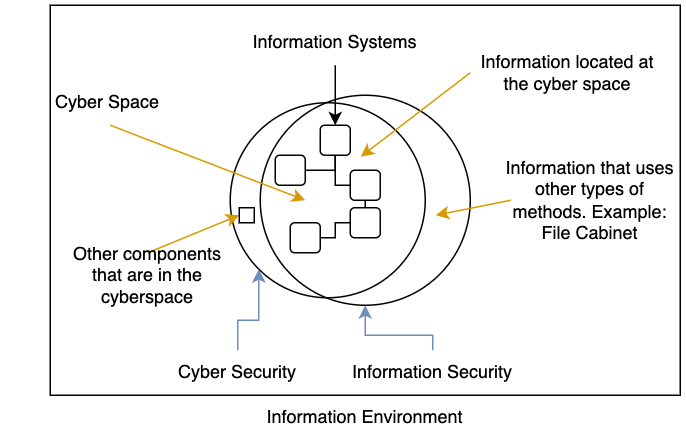
The draw.io diagram images/cyber-security-and-information-security.png in sud0x0/SUD0x0, before a commit. Source tidied: cells renumbered, new cells last; positions are measured from the earlier drawing's top-left corner, leaving out a move shared by most shapes. Its diagram source:
```xml
<mxGraphModel>
  <root>
    <mxCell id="0" />
    <mxCell id="1" parent="0" />
    <mxCell id="2" style="rounded=0;whiteSpace=wrap;html=1;fillColor=none;" parent="1" vertex="1">
      <mxGeometry x="30" width="420" height="260" as="geometry" />
    </mxCell>
    <mxCell id="3" style="ellipse;whiteSpace=wrap;html=1;fillColor=none;" parent="1" vertex="1">
      <mxGeometry x="150" y="65" width="130" height="130" as="geometry" />
    </mxCell>
    <mxCell id="4" style="ellipse;whiteSpace=wrap;html=1;fillColor=none;" parent="1" vertex="1">
      <mxGeometry x="170" y="60" width="140" height="140" as="geometry" />
    </mxCell>
    <mxCell id="5" style="edgeStyle=orthogonalEdgeStyle;rounded=0;jettySize=auto;html=1;entryX=0.5;entryY=1;entryDx=0;entryDy=0;fillColor=#dae8fc;strokeColor=#6c8ebf;" parent="1" edge="1" source="6" target="4">
      <mxGeometry relative="1" as="geometry">
        <Array as="points">
          <mxPoint x="285" y="220" />
          <mxPoint x="240" y="220" />
        </Array>
      </mxGeometry>
    </mxCell>
    <mxCell id="6" value="Information Security" style="text;html=1;strokeColor=none;fillColor=none;align=center;verticalAlign=middle;whiteSpace=wrap;rounded=0;" parent="1" vertex="1">
      <mxGeometry x="230" y="230" width="110" height="30" as="geometry" />
    </mxCell>
    <mxCell id="7" style="edgeStyle=orthogonalEdgeStyle;rounded=0;jettySize=auto;html=1;entryX=0;entryY=1;entryDx=0;entryDy=0;endArrow=classic;endFill=1;fillColor=#dae8fc;strokeColor=#6c8ebf;" parent="1" edge="1" source="8" target="3">
      <mxGeometry relative="1" as="geometry" />
    </mxCell>
    <mxCell id="8" value="Cyber Security" style="text;html=1;strokeColor=none;fillColor=none;align=center;verticalAlign=middle;whiteSpace=wrap;rounded=0;" parent="1" vertex="1">
      <mxGeometry x="100" y="230" width="110" height="30" as="geometry" />
    </mxCell>
    <mxCell id="9" style="edgeStyle=orthogonalEdgeStyle;rounded=0;jettySize=auto;html=1;entryX=0.5;entryY=0;entryDx=0;entryDy=0;" parent="1" edge="1" source="10" target="22">
      <mxGeometry relative="1" as="geometry" />
    </mxCell>
    <mxCell id="10" value="Information Systems" style="text;html=1;strokeColor=none;fillColor=none;align=center;verticalAlign=middle;whiteSpace=wrap;rounded=0;" parent="1" vertex="1">
      <mxGeometry x="140" y="10" width="160" height="30" as="geometry" />
    </mxCell>
    <mxCell id="11" value="Information that uses other types of methods. Example: File Cabinet" style="text;html=1;strokeColor=none;fillColor=none;align=center;verticalAlign=middle;whiteSpace=wrap;rounded=0;" parent="1" vertex="1">
      <mxGeometry x="330" y="115" width="120" height="30" as="geometry" />
    </mxCell>
    <mxCell id="12" style="endArrow=classic;html=1;rounded=0;exitX=0;exitY=0.5;exitDx=0;exitDy=0;fillColor=#ffe6cc;strokeColor=#d79b00;" parent="1" edge="1">
      <mxGeometry relative="1" as="geometry">
        <mxPoint x="337" y="130" as="sourcePoint" />
        <mxPoint x="287" y="140" as="targetPoint" />
        <Array as="points">
          <mxPoint x="287" y="140" />
        </Array>
      </mxGeometry>
    </mxCell>
    <mxCell id="13" value="Information Environment" style="text;html=1;strokeColor=none;fillColor=none;align=center;verticalAlign=middle;whiteSpace=wrap;rounded=0;" parent="1" vertex="1">
      <mxGeometry x="170" y="260" width="140" height="30" as="geometry" />
    </mxCell>
    <mxCell id="14" value="Cyber Space&amp;nbsp;" style="text;html=1;strokeColor=none;fillColor=none;align=center;verticalAlign=middle;whiteSpace=wrap;rounded=0;" parent="1" vertex="1">
      <mxGeometry y="50" width="140" height="30" as="geometry" />
    </mxCell>
    <mxCell id="15" style="endArrow=classic;html=1;rounded=0;exitX=0.5;exitY=1;exitDx=0;exitDy=0;fillColor=#ffe6cc;strokeColor=#d79b00;" parent="1" edge="1" source="14">
      <mxGeometry relative="1" as="geometry">
        <mxPoint x="200" y="130" as="targetPoint" />
      </mxGeometry>
    </mxCell>
    <mxCell id="16" style="rounded=1;whiteSpace=wrap;html=1;fillColor=none;" parent="1" vertex="1">
      <mxGeometry x="230" y="135" width="20" height="20" as="geometry" />
    </mxCell>
    <mxCell id="17" style="edgeStyle=orthogonalEdgeStyle;rounded=0;jettySize=auto;html=1;exitX=0.5;exitY=1;exitDx=0;exitDy=0;entryX=0.5;entryY=0;entryDx=0;entryDy=0;endArrow=none;endFill=0;" parent="1" edge="1" source="18" target="16">
      <mxGeometry relative="1" as="geometry" />
    </mxCell>
    <mxCell id="18" style="rounded=1;whiteSpace=wrap;html=1;fillColor=none;" parent="1" vertex="1">
      <mxGeometry x="230" y="110" width="20" height="20" as="geometry" />
    </mxCell>
    <mxCell id="19" style="edgeStyle=orthogonalEdgeStyle;rounded=0;jettySize=auto;html=1;exitX=1;exitY=0.5;exitDx=0;exitDy=0;entryX=0;entryY=0.5;entryDx=0;entryDy=0;endArrow=none;endFill=0;" parent="1" edge="1" source="20" target="16">
      <mxGeometry relative="1" as="geometry">
        <Array as="points">
          <mxPoint x="220" y="155" />
          <mxPoint x="220" y="145" />
        </Array>
      </mxGeometry>
    </mxCell>
    <mxCell id="20" style="rounded=1;whiteSpace=wrap;html=1;fillColor=none;" parent="1" vertex="1">
      <mxGeometry x="190" y="145" width="20" height="20" as="geometry" />
    </mxCell>
    <mxCell id="21" style="edgeStyle=orthogonalEdgeStyle;rounded=0;jettySize=auto;html=1;entryX=0;entryY=0.5;entryDx=0;entryDy=0;endArrow=none;endFill=0;" parent="1" edge="1" source="22" target="18">
      <mxGeometry relative="1" as="geometry" />
    </mxCell>
    <mxCell id="22" style="rounded=1;whiteSpace=wrap;html=1;fillColor=none;" parent="1" vertex="1">
      <mxGeometry x="210" y="80" width="20" height="20" as="geometry" />
    </mxCell>
    <mxCell id="23" style="edgeStyle=orthogonalEdgeStyle;rounded=0;jettySize=auto;html=1;entryX=0.5;entryY=1;entryDx=0;entryDy=0;endArrow=none;endFill=0;" parent="1" edge="1" source="24" target="22">
      <mxGeometry relative="1" as="geometry" />
    </mxCell>
    <mxCell id="24" style="rounded=1;whiteSpace=wrap;html=1;fillColor=none;" parent="1" vertex="1">
      <mxGeometry x="180" y="100" width="20" height="20" as="geometry" />
    </mxCell>
    <mxCell id="25" style="endArrow=classic;html=1;rounded=0;exitX=0;exitY=0.5;exitDx=0;exitDy=0;fillColor=#ffe6cc;strokeColor=#d79b00;" parent="1" edge="1" source="26">
      <mxGeometry relative="1" as="geometry">
        <mxPoint x="237" y="101" as="targetPoint" />
        <Array as="points">
          <mxPoint x="237" y="101" />
        </Array>
      </mxGeometry>
    </mxCell>
    <mxCell id="26" value="Information located at the cyber space" style="text;html=1;strokeColor=none;fillColor=none;align=center;verticalAlign=middle;whiteSpace=wrap;rounded=0;" parent="1" vertex="1">
      <mxGeometry x="310" y="30" width="130" height="30" as="geometry" />
    </mxCell>
    <mxCell id="27" style="endArrow=classic;html=1;rounded=0;exitX=0.5;exitY=0;exitDx=0;exitDy=0;fillColor=#ffe6cc;strokeColor=#d79b00;entryX=0;entryY=0.5;entryDx=0;entryDy=0;" parent="1" edge="1" source="28" target="29">
      <mxGeometry relative="1" as="geometry" />
    </mxCell>
    <mxCell id="28" value="Other components that are in the cyberspace" style="text;html=1;strokeColor=none;fillColor=none;align=center;verticalAlign=middle;whiteSpace=wrap;rounded=0;" parent="1" vertex="1">
      <mxGeometry x="40" y="165" width="110" height="30" as="geometry" />
    </mxCell>
    <mxCell id="29" style="rounded=1;whiteSpace=wrap;html=1;fillColor=none;arcSize=0;" parent="1" vertex="1">
      <mxGeometry x="156" y="135" width="10" height="10" as="geometry" />
    </mxCell>
  </root>
</mxGraphModel>
```
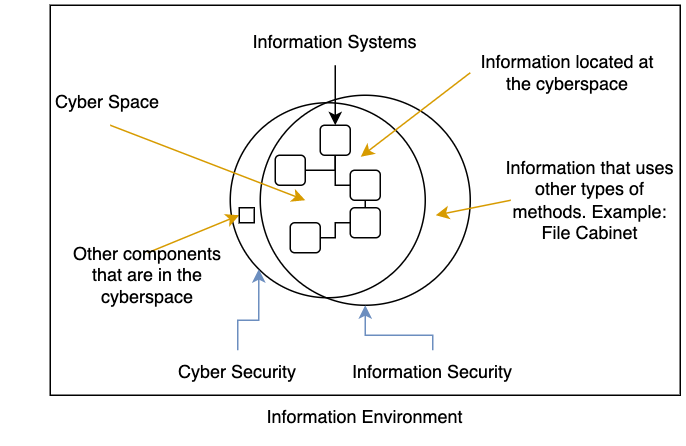
Later version of the same file.

Change to the diagram source:
```diff
@@ -97,7 +97,7 @@
         </Array>
       </mxGeometry>
     </mxCell>
-    <mxCell id="26" value="Information located at the cyber space" style="text;html=1;strokeColor=none;fillColor=none;align=center;verticalAlign=middle;whiteSpace=wrap;rounded=0;" parent="1" vertex="1">
+    <mxCell id="26" value="Information located at the cyberspace" style="text;html=1;strokeColor=none;fillColor=none;align=center;verticalAlign=middle;whiteSpace=wrap;rounded=0;" parent="1" vertex="1">
       <mxGeometry x="310" y="30" width="130" height="30" as="geometry" />
     </mxCell>
     <mxCell id="27" style="endArrow=classic;html=1;rounded=0;exitX=0.5;exitY=0;exitDx=0;exitDy=0;fillColor=#ffe6cc;strokeColor=#d79b00;entryX=0;entryY=0.5;entryDx=0;entryDy=0;" parent="1" edge="1" source="28" target="29">
```
